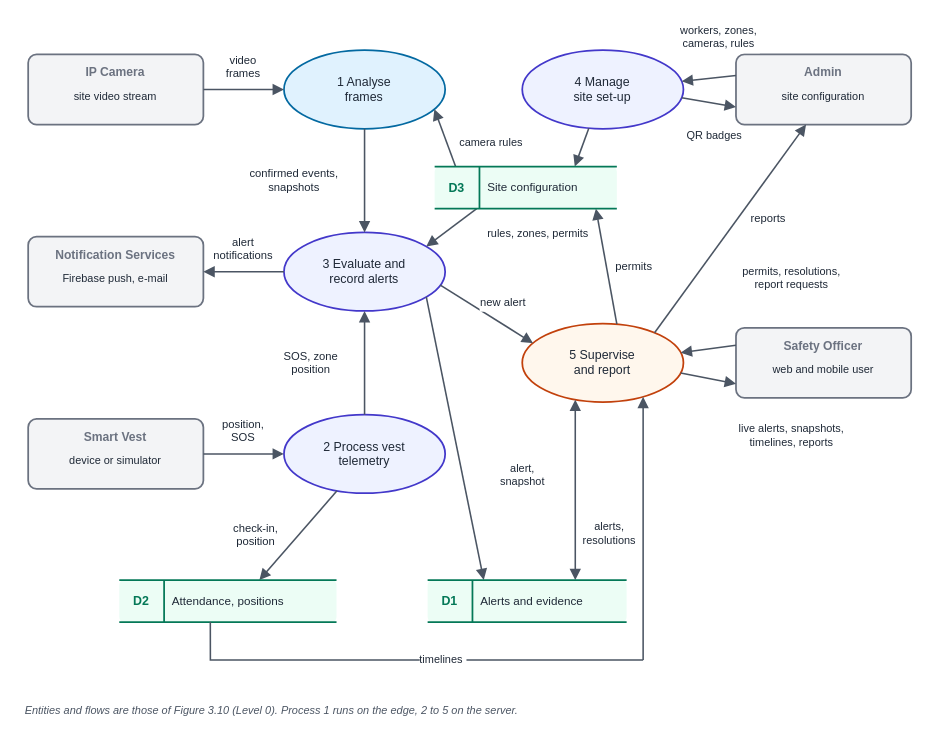
This is docs/figures/editable/fig_dfd_level1.drawio from hamzahyaasin/site-safe, a draw.io file, before an edit. Source tidied: cells renumbered, new cells numbered last; positions are measured from the earlier drawing's top-left corner, leaving out a move shared by most shapes. Both pictures are drawn from the tidied source at 146%, with x=0, y=0 at pixel (25, 23).
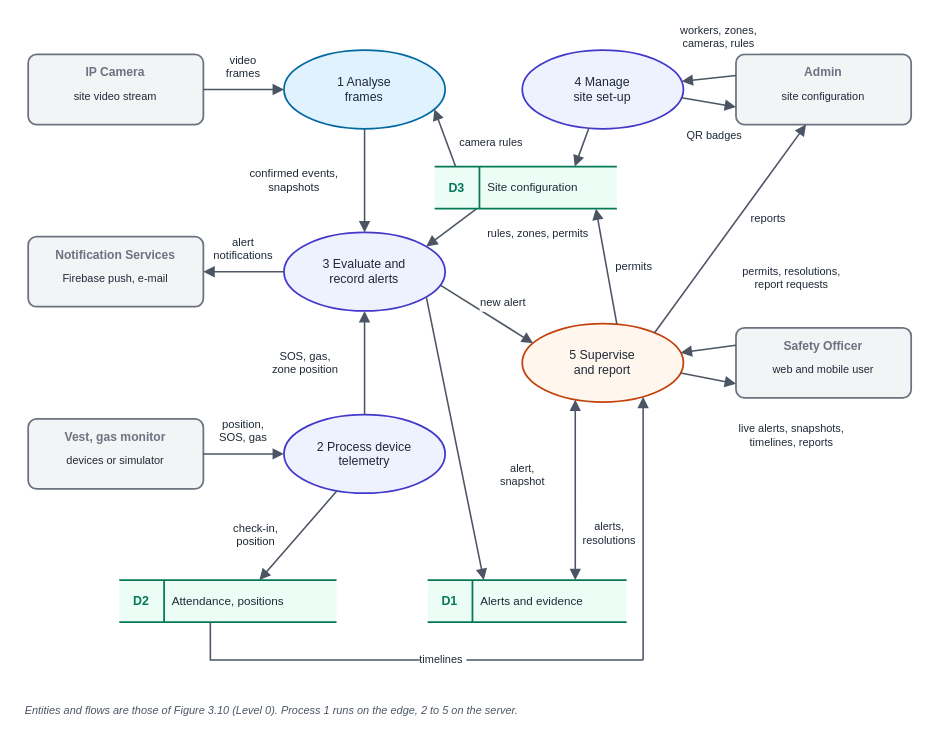
After the change.

The change refers to these unchanged cells:
```xml
<mxCell id="4" style="html=1;whiteSpace=wrap;fillColor=#f3f4f6;strokeColor=#6b7280;strokeWidth=1.20;dashed=0;rounded=1;arcSize=12;absoluteArcSize=0;" parent="1" vertex="1">
  <mxGeometry x="1.8" y="270.4" width="120" height="48" as="geometry" />
</mxCell>
<mxCell id="9" style="ellipse;html=1;whiteSpace=wrap;fillColor=#eef2ff;strokeColor=#4338ca;strokeWidth=1.20;dashed=0;" parent="1" vertex="1">
  <mxGeometry x="177" y="267.5" width="110.4" height="53.8" as="geometry" />
</mxCell>
```

Diff of the diagram source:
```diff
@@
-    <mxCell id="48" value="Smart Vest" style="text;html=0;whiteSpace=nowrap;align=center;verticalAlign=middle;fontFamily=Arial;fontSize=8.3;fontColor=#6b7280;fontStyle=1;strokeColor=none;fillColor=none;spacing=0;" parent="4" vertex="1">
-      <mxGeometry x="30.5" y="5.9" width="59" height="13.1" as="geometry" />
+    <mxCell id="48" value="Vest, gas monitor" style="text;html=0;whiteSpace=nowrap;align=center;verticalAlign=middle;fontFamily=Arial;fontSize=8.3;fontColor=#6b7280;fontStyle=1;strokeColor=none;fillColor=none;spacing=0;" parent="4" vertex="1">
+      <mxGeometry x="13.6" y="5.9" width="92.7" height="13.1" as="geometry" />
     </mxCell>
-    <mxCell id="49" value="device or simulator" style="text;html=0;whiteSpace=nowrap;align=center;verticalAlign=middle;fontFamily=Arial;fontSize=7.5;fontColor=#1f2937;fontStyle=0;strokeColor=none;fillColor=none;spacing=0;" parent="4" vertex="1">
-      <mxGeometry x="18" y="24.1" width="84" height="9.4" as="geometry" />
+    <mxCell id="49" value="devices or simulator" style="text;html=0;whiteSpace=nowrap;align=center;verticalAlign=middle;fontFamily=Arial;fontSize=7.5;fontColor=#1f2937;fontStyle=0;strokeColor=none;fillColor=none;spacing=0;" parent="4" vertex="1">
+      <mxGeometry x="15.6" y="24.1" width="88.8" height="9.4" as="geometry" />
     </mxCell>
@@
-    <mxCell id="56" value="2  Process vest&#10;telemetry" style="text;html=0;whiteSpace=nowrap;align=center;verticalAlign=middle;fontFamily=Arial;fontSize=8.5;fontColor=#1f2937;fontStyle=0;strokeColor=none;fillColor=none;spacing=0;" parent="9" vertex="1">
-      <mxGeometry x="15.7" y="14" width="79.1" height="25.7" as="geometry" />
+    <mxCell id="56" value="2  Process device&#10;telemetry" style="text;html=0;whiteSpace=nowrap;align=center;verticalAlign=middle;fontFamily=Arial;fontSize=8.5;fontColor=#1f2937;fontStyle=0;strokeColor=none;fillColor=none;spacing=0;" parent="9" vertex="1">
+      <mxGeometry x="9.8" y="14" width="90.9" height="25.7" as="geometry" />
     </mxCell>
@@
-    <mxCell id="67" value="position,&#10;SOS" style="text;html=0;whiteSpace=nowrap;align=center;verticalAlign=middle;fontFamily=Arial;fontSize=7.7;fontColor=#1f2937;fontStyle=0;strokeColor=none;fillColor=none;spacing=0;labelBackgroundColor=#ffffff;" parent="1" vertex="1">
-      <mxGeometry x="129.2" y="269.7" width="40.4" height="18.7" as="geometry" />
+    <mxCell id="67" value="position,&#10;SOS, gas" style="text;html=0;whiteSpace=nowrap;align=center;verticalAlign=middle;fontFamily=Arial;fontSize=7.7;fontColor=#1f2937;fontStyle=0;strokeColor=none;fillColor=none;spacing=0;labelBackgroundColor=#ffffff;" parent="1" vertex="1">
+      <mxGeometry x="126.1" y="269.7" width="46.6" height="18.7" as="geometry" />
     </mxCell>
@@
-    <mxCell id="71" value="SOS, zone&#10;position" style="text;html=0;whiteSpace=nowrap;align=center;verticalAlign=middle;fontFamily=Arial;fontSize=7.7;fontColor=#1f2937;fontStyle=0;strokeColor=none;fillColor=none;spacing=0;labelBackgroundColor=#ffffff;" parent="1" vertex="1">
-      <mxGeometry x="169.9" y="222.6" width="51.7" height="18.7" as="geometry" />
+    <mxCell id="71" value="SOS, gas,&#10;zone position" style="text;html=0;whiteSpace=nowrap;align=center;verticalAlign=middle;fontFamily=Arial;fontSize=7.7;fontColor=#1f2937;fontStyle=0;strokeColor=none;fillColor=none;spacing=0;labelBackgroundColor=#ffffff;" parent="1" vertex="1">
+      <mxGeometry x="161.1" y="222.6" width="61.6" height="18.7" as="geometry" />
     </mxCell>
```
